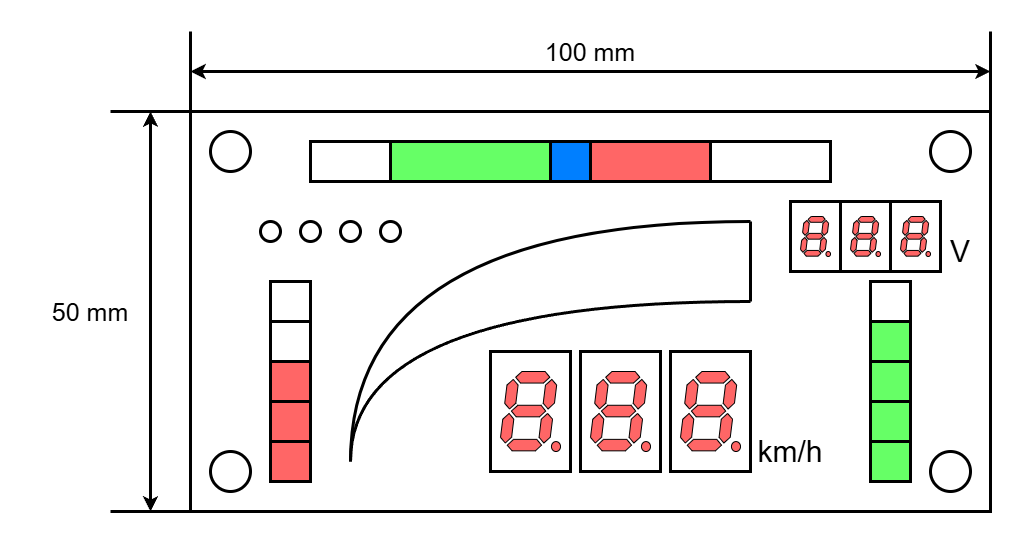
The draw.io diagram designdocs/ui-design_meter_v1.0_20250624.png in ST04-tkmr/FET-PCB-meter, before a commit. Source tidied: cells renumbered, new cells last; positions are measured from the earlier drawing's top-left corner, leaving out a move shared by most shapes.
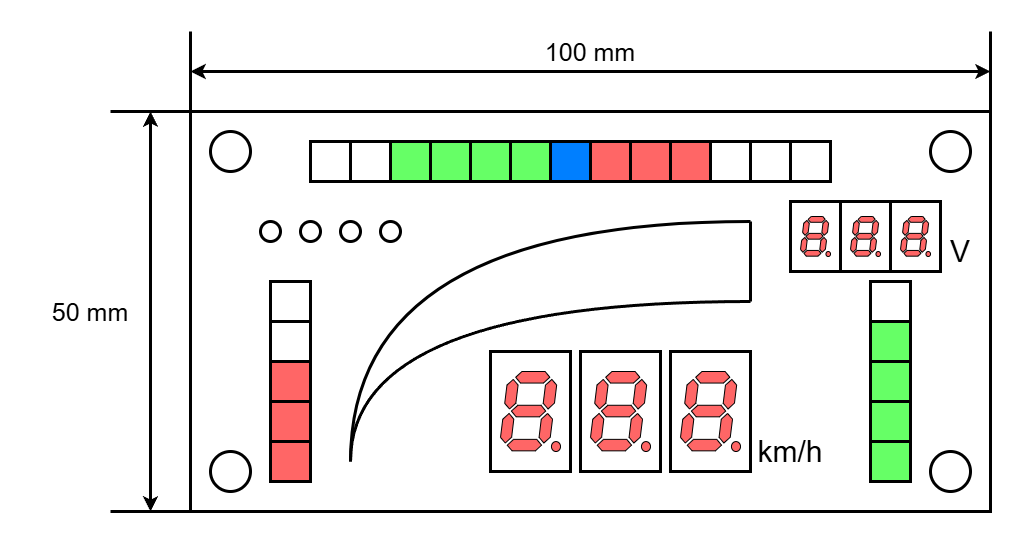
After the change.

What changed in the source:
```diff
@@ -199,5 +199,53 @@
     <mxCell id="50" value="V" style="text;html=1;align=center;verticalAlign=middle;whiteSpace=wrap;rounded=0;fontSize=30;" parent="1" vertex="1">
       <mxGeometry x="910" y="200" width="40" height="40" as="geometry" />
     </mxCell>
+    <mxCell id="51" style="endArrow=none;html=1;rounded=0;strokeWidth=3;" parent="1" edge="1">
+      <mxGeometry relative="1" as="geometry">
+        <mxPoint x="320" y="150" as="sourcePoint" />
+        <mxPoint x="320" y="110" as="targetPoint" />
+      </mxGeometry>
+    </mxCell>
+    <mxCell id="52" style="endArrow=none;html=1;rounded=0;strokeWidth=3;" parent="1" edge="1">
+      <mxGeometry relative="1" as="geometry">
+        <mxPoint x="400" y="150" as="sourcePoint" />
+        <mxPoint x="400" y="110" as="targetPoint" />
+      </mxGeometry>
+    </mxCell>
+    <mxCell id="53" style="endArrow=none;html=1;rounded=0;strokeWidth=3;" parent="1" edge="1">
+      <mxGeometry relative="1" as="geometry">
+        <mxPoint x="440" y="150" as="sourcePoint" />
+        <mxPoint x="440" y="110" as="targetPoint" />
+      </mxGeometry>
+    </mxCell>
+    <mxCell id="54" style="endArrow=none;html=1;rounded=0;strokeWidth=3;" parent="1" edge="1">
+      <mxGeometry relative="1" as="geometry">
+        <mxPoint x="480" y="150" as="sourcePoint" />
+        <mxPoint x="480" y="110" as="targetPoint" />
+      </mxGeometry>
+    </mxCell>
+    <mxCell id="55" style="endArrow=none;html=1;rounded=0;strokeWidth=3;" parent="1" edge="1">
+      <mxGeometry relative="1" as="geometry">
+        <mxPoint x="600" y="150" as="sourcePoint" />
+        <mxPoint x="600" y="110" as="targetPoint" />
+      </mxGeometry>
+    </mxCell>
+    <mxCell id="56" style="endArrow=none;html=1;rounded=0;strokeWidth=3;" parent="1" edge="1">
+      <mxGeometry relative="1" as="geometry">
+        <mxPoint x="640" y="150" as="sourcePoint" />
+        <mxPoint x="640" y="110" as="targetPoint" />
+      </mxGeometry>
+    </mxCell>
+    <mxCell id="57" style="endArrow=none;html=1;rounded=0;strokeWidth=3;" parent="1" edge="1">
+      <mxGeometry relative="1" as="geometry">
+        <mxPoint x="720" y="150" as="sourcePoint" />
+        <mxPoint x="720" y="110" as="targetPoint" />
+      </mxGeometry>
+    </mxCell>
+    <mxCell id="58" style="endArrow=none;html=1;rounded=0;strokeWidth=3;" parent="1" edge="1">
+      <mxGeometry relative="1" as="geometry">
+        <mxPoint x="760" y="150" as="sourcePoint" />
+        <mxPoint x="760" y="110" as="targetPoint" />
+      </mxGeometry>
+    </mxCell>
   </root>
 </mxGraphModel>
```
